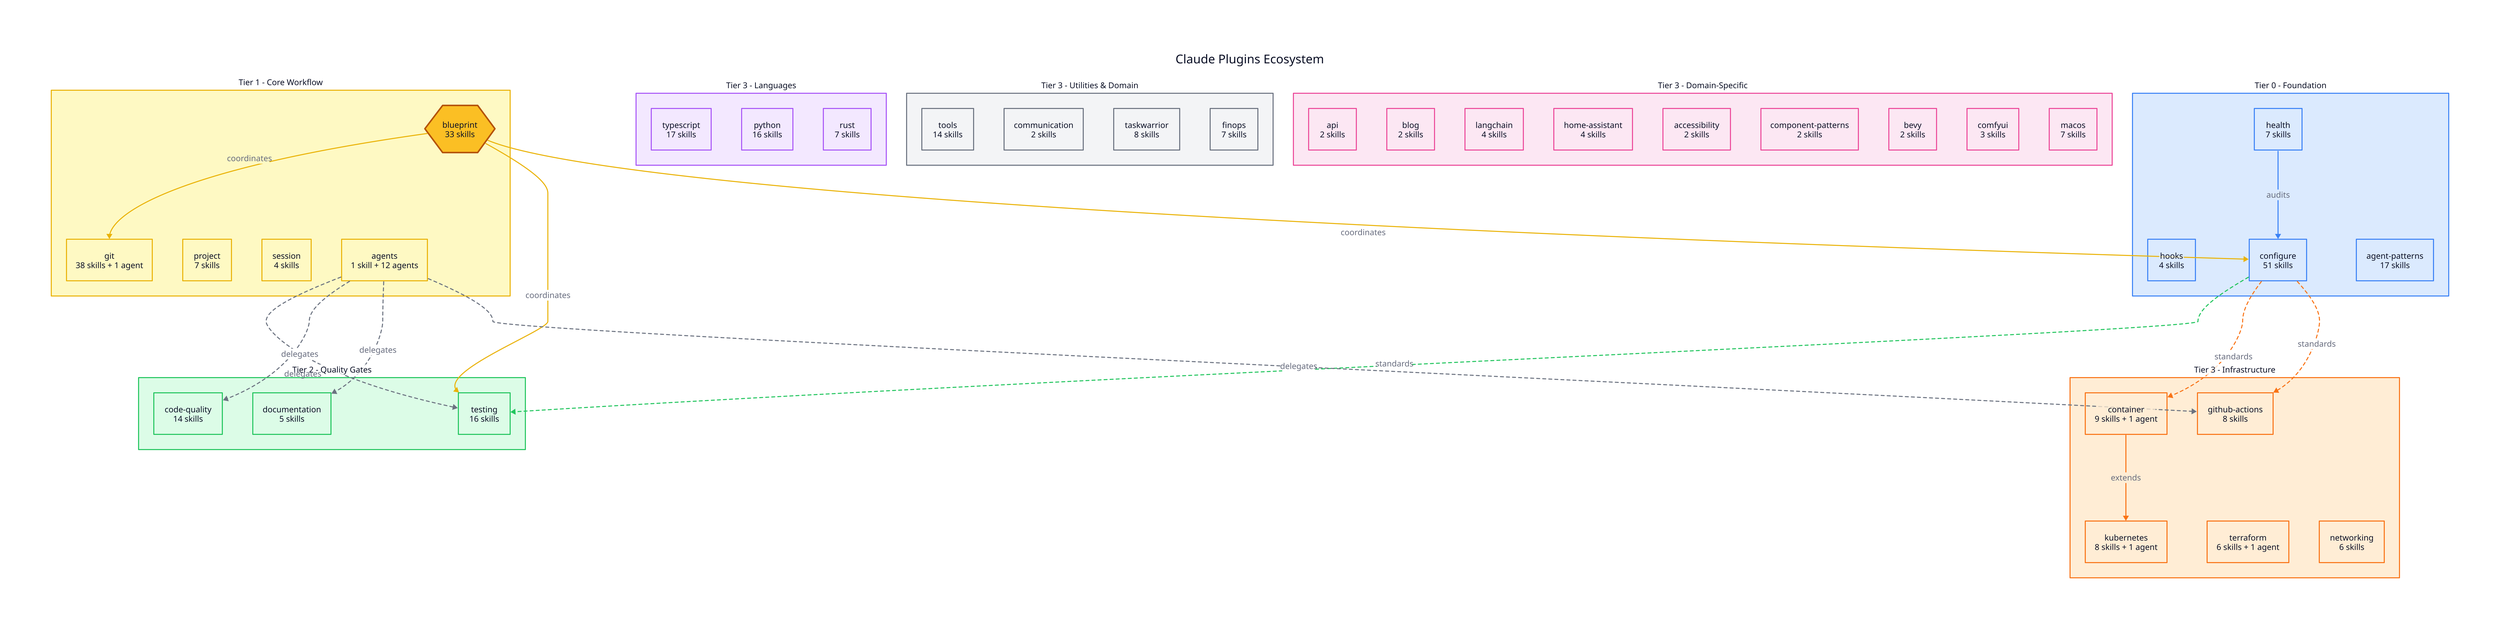
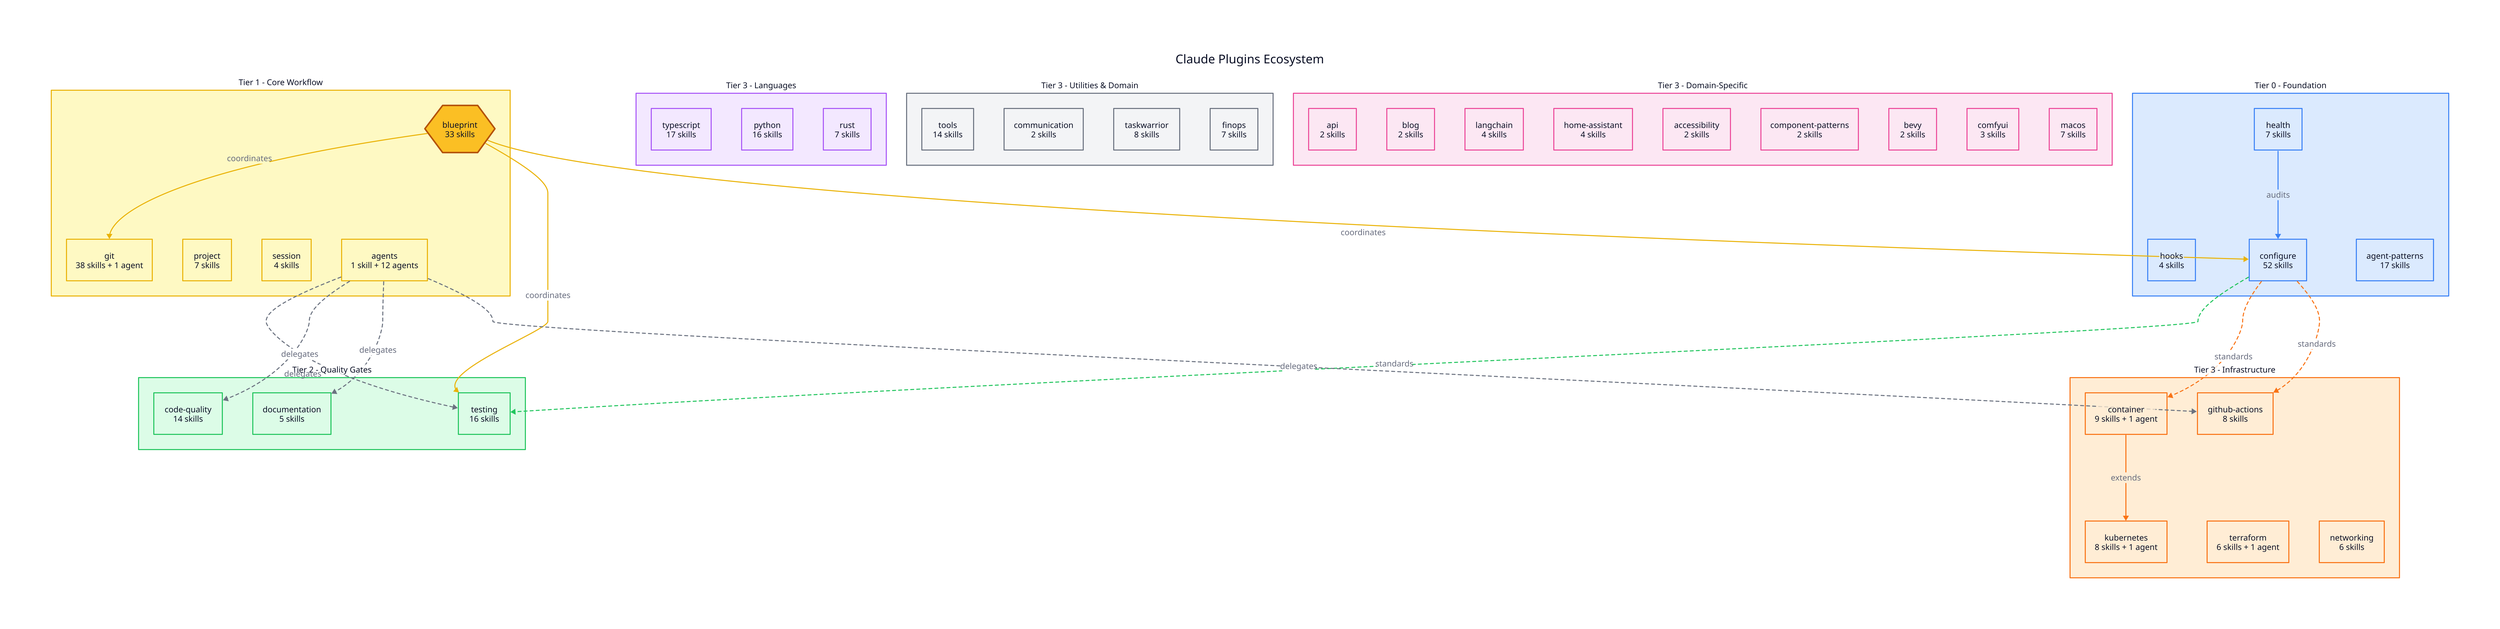
direction: down

title: "Claude Plugins Ecosystem" {
  near: top-center
  shape: text
  style: {
    font-size: 24
    bold: true
  }
}

# === CLASSES ===
classes: {
  foundation: {
    style.fill: "#dbeafe"
    style.stroke: "#3b82f6"
  }
  core: {
    style.fill: "#fef9c3"
    style.stroke: "#eab308"
  }
  quality: {
    style.fill: "#dcfce7"
    style.stroke: "#22c55e"
  }
  language: {
    style.fill: "#f3e8ff"
    style.stroke: "#a855f7"
  }
  infra: {
    style.fill: "#ffedd5"
    style.stroke: "#f97316"
  }
  utility: {
    style.fill: "#f3f4f6"
    style.stroke: "#6b7280"
  }
  domain: {
    style.fill: "#fce7f3"
    style.stroke: "#ec4899"
  }
}

# === TIER 0: FOUNDATION ===
foundation: {
  label: "Tier 0 - Foundation"
  class: foundation
  style.font-size: 16
  style.bold: true

  health: {
    label: "health\n7 skills"
    shape: rectangle
    class: foundation
  }
  hooks: {
    label: "hooks\n4 skills"
    shape: rectangle
    class: foundation
  }
  configure: {
-     label: "configure\n51 skills"
+     label: "configure\n52 skills"
    shape: rectangle
    class: foundation
  }
  agent-patterns: {
    label: "agent-patterns\n17 skills"
    shape: rectangle
    class: foundation
  }
}

# === TIER 1: CORE WORKFLOW ===
core: {
  label: "Tier 1 - Core Workflow"
  class: core
  style.font-size: 16
  style.bold: true

  blueprint: {
    label: "blueprint\n33 skills"
    shape: hexagon
    style.fill: "#fbbf24"
    style.stroke: "#b45309"
    style.stroke-width: 3
  }
  git: {
    label: "git\n38 skills + 1 agent"
    shape: rectangle
    class: core
  }
  project: {
    label: "project\n7 skills"
    shape: rectangle
    class: core
  }
  session: {
    label: "session\n4 skills"
    shape: rectangle
    class: core
  }
  agents: {
    label: "agents\n1 skill + 12 agents"
    shape: rectangle
    class: core
  }
}

# === TIER 2: QUALITY GATES ===
quality: {
  label: "Tier 2 - Quality Gates"
  class: quality
  style.font-size: 16
  style.bold: true

  testing: {
    label: "testing\n16 skills"
    shape: rectangle
    class: quality
  }
  code-quality: {
    label: "code-quality\n14 skills"
    shape: rectangle
    class: quality
  }
  documentation: {
    label: "documentation\n5 skills"
    shape: rectangle
    class: quality
  }
}

# === TIER 3: LANGUAGE ===
language: {
  label: "Tier 3 - Languages"
  class: language
  style.font-size: 16
  style.bold: true

  typescript: {
    label: "typescript\n17 skills"
    shape: rectangle
    class: language
  }
  python: {
    label: "python\n16 skills"
    shape: rectangle
    class: language
  }
  rust: {
    label: "rust\n7 skills"
    shape: rectangle
    class: language
  }
}

# === TIER 3: INFRASTRUCTURE ===
infra: {
  label: "Tier 3 - Infrastructure"
  class: infra
  style.font-size: 16
  style.bold: true

  container: {
    label: "container\n9 skills + 1 agent"
    shape: rectangle
    class: infra
  }
  kubernetes: {
    label: "kubernetes\n8 skills + 1 agent"
    shape: rectangle
    class: infra
  }
  terraform: {
    label: "terraform\n6 skills + 1 agent"
    shape: rectangle
    class: infra
  }
  github-actions: {
    label: "github-actions\n8 skills"
    shape: rectangle
    class: infra
  }
  networking: {
    label: "networking\n6 skills"
    shape: rectangle
    class: infra
  }
}

# === TIER 3: UTILITIES & DOMAIN ===
utilities: {
  label: "Tier 3 - Utilities & Domain"
  class: utility
  style.font-size: 16
  style.bold: true

  tools: {
    label: "tools\n14 skills"
    shape: rectangle
    class: utility
  }
  communication: {
    label: "communication\n2 skills"
    shape: rectangle
    class: utility
  }
  taskwarrior: {
    label: "taskwarrior\n8 skills"
    shape: rectangle
    class: utility
  }
  finops: {
    label: "finops\n7 skills"
    shape: rectangle
    class: utility
  }
}

domain: {
  label: "Tier 3 - Domain-Specific"
  class: domain
  style.font-size: 16
  style.bold: true

  api: {
    label: "api\n2 skills"
    shape: rectangle
    class: domain
  }
  blog: {
    label: "blog\n2 skills"
    shape: rectangle
    class: domain
  }
  langchain: {
    label: "langchain\n4 skills"
    shape: rectangle
    class: domain
  }
  home-assistant: {
    label: "home-assistant\n4 skills"
    shape: rectangle
    class: domain
  }
  accessibility: {
    label: "accessibility\n2 skills"
    shape: rectangle
    class: domain
  }
  component-patterns: {
    label: "component-patterns\n2 skills"
    shape: rectangle
    class: domain
  }
  bevy: {
    label: "bevy\n2 skills"
    shape: rectangle
    class: domain
  }
  comfyui: {
    label: "comfyui\n3 skills"
    shape: rectangle
    class: domain
  }
  macos: {
    label: "macos\n7 skills"
    shape: rectangle
    class: domain
  }
}

# === RELATIONSHIPS ===

# Foundation flows
foundation.health -> foundation.configure: "audits" {
  style.stroke: "#3b82f6"
}

# Configure provides standards for
foundation.configure -> quality.testing: "standards" {
  style.stroke: "#22c55e"
  style.stroke-dash: 3
}
foundation.configure -> infra.container: "standards" {
  style.stroke: "#f97316"
  style.stroke-dash: 3
}
foundation.configure -> infra.github-actions: "standards" {
  style.stroke: "#f97316"
  style.stroke-dash: 3
}

# Blueprint coordinates
core.blueprint -> core.git: "coordinates" {
  style.stroke: "#eab308"
}
core.blueprint -> quality.testing: "coordinates" {
  style.stroke: "#eab308"
}
core.blueprint -> foundation.configure: "coordinates" {
  style.stroke: "#eab308"
}

# Agents delegate to
core.agents -> quality.testing: "delegates" {
  style.stroke: "#6b7280"
  style.stroke-dash: 3
}
core.agents -> quality.code-quality: "delegates" {
  style.stroke: "#6b7280"
  style.stroke-dash: 3
}
core.agents -> quality.documentation: "delegates" {
  style.stroke: "#6b7280"
  style.stroke-dash: 3
}
core.agents -> infra.github-actions: "delegates" {
  style.stroke: "#6b7280"
  style.stroke-dash: 3
}

# Infrastructure extends
infra.container -> infra.kubernetes: "extends" {
  style.stroke: "#f97316"
}
